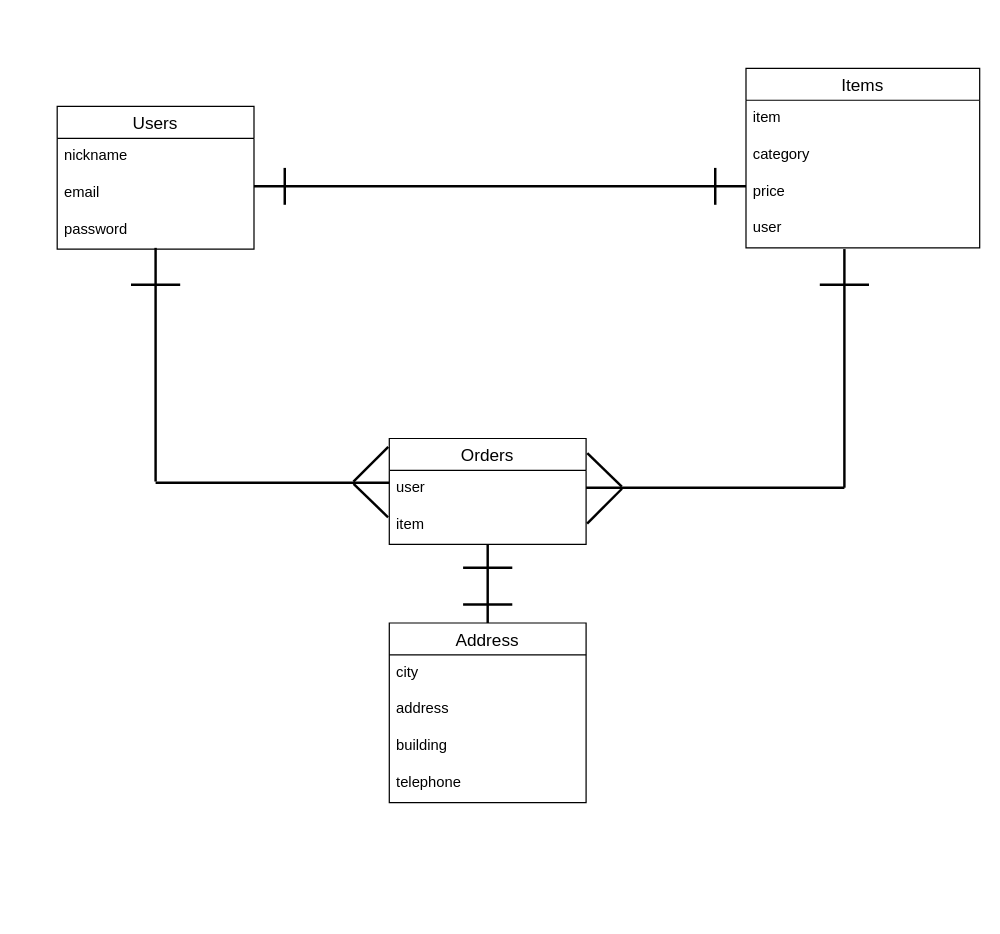
This is ER.dio from 103chan/furima-34809, a draw.io file, before an edit. Source tidied: cells renumbered, new cells numbered last; positions are measured from the earlier drawing's top-left corner, leaving out a move shared by most shapes. Both pictures are drawn from the tidied source at 123%, with x=0, y=0 at pixel (57, 68).
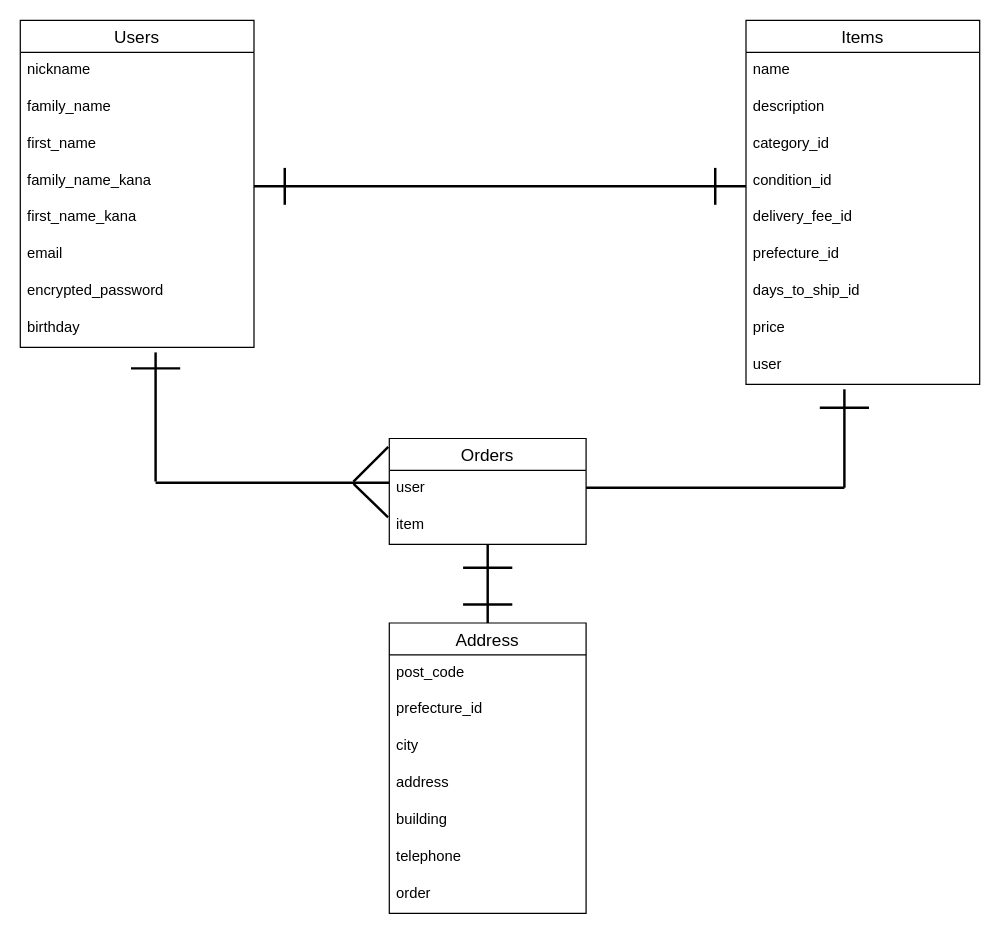
Above is the later version.

Commit message:
修正指示（ER図）

What changed in the source:
```diff
@@
     <mxCell id="2" value="Users" style="swimlane;fontStyle=0;horizontal=1;startSize=26;align=center;fontSize=14;" parent="1" vertex="1">
-      <mxGeometry y="31" width="160" height="116" as="geometry" />
+      <mxGeometry x="-30" y="-39" width="190" height="266" as="geometry" />
     </mxCell>
     <mxCell id="3" value="nickname" style="text;strokeColor=none;fillColor=none;spacingLeft=4;spacingRight=4;overflow=hidden;fontSize=12;" parent="2" vertex="1">
-      <mxGeometry y="26" width="160" height="30" as="geometry" />
+      <mxGeometry y="26" width="190" height="30" as="geometry" />
     </mxCell>
-    <mxCell id="4" value="email" style="text;strokeColor=none;fillColor=none;spacingLeft=4;spacingRight=4;overflow=hidden;fontSize=12;" parent="2" vertex="1">
-      <mxGeometry y="56" width="160" height="30" as="geometry" />
+    <mxCell id="4" value="family_name" style="text;strokeColor=none;fillColor=none;spacingLeft=4;spacingRight=4;overflow=hidden;fontSize=12;" parent="2" vertex="1">
+      <mxGeometry y="56" width="190" height="30" as="geometry" />
     </mxCell>
-    <mxCell id="5" value="password" style="text;strokeColor=none;fillColor=none;spacingLeft=4;spacingRight=4;overflow=hidden;fontSize=12;" parent="2" vertex="1">
-      <mxGeometry y="86" width="160" height="30" as="geometry" />
+    <mxCell id="5" value="first_name" style="text;strokeColor=none;fillColor=none;spacingLeft=4;spacingRight=4;overflow=hidden;fontSize=12;" parent="2" vertex="1">
+      <mxGeometry y="86" width="190" height="30" as="geometry" />
     </mxCell>
+    <mxCell id="35" value="family_name_kana" style="text;strokeColor=none;fillColor=none;spacingLeft=4;spacingRight=4;overflow=hidden;fontSize=12;" parent="2" vertex="1">
+      <mxGeometry y="116" width="190" height="30" as="geometry" />
+    </mxCell>
+    <mxCell id="36" value="first_name_kana" style="text;strokeColor=none;fillColor=none;spacingLeft=4;spacingRight=4;overflow=hidden;fontSize=12;" parent="2" vertex="1">
+      <mxGeometry y="146" width="190" height="30" as="geometry" />
+    </mxCell>
+    <mxCell id="37" value="email" style="text;strokeColor=none;fillColor=none;spacingLeft=4;spacingRight=4;overflow=hidden;fontSize=12;" parent="2" vertex="1">
+      <mxGeometry y="176" width="190" height="30" as="geometry" />
+    </mxCell>
+    <mxCell id="38" value="encrypted_password" style="text;strokeColor=none;fillColor=none;spacingLeft=4;spacingRight=4;overflow=hidden;fontSize=12;" parent="2" vertex="1">
+      <mxGeometry y="206" width="190" height="30" as="geometry" />
+    </mxCell>
+    <mxCell id="39" value="birthday" style="text;strokeColor=none;fillColor=none;spacingLeft=4;spacingRight=4;overflow=hidden;fontSize=12;" parent="2" vertex="1">
+      <mxGeometry y="236" width="190" height="30" as="geometry" />
+    </mxCell>
@@
     <mxCell id="9" value="Address" style="swimlane;fontStyle=0;horizontal=1;startSize=26;align=center;fontSize=14;" parent="1" vertex="1">
-      <mxGeometry x="270" y="451" width="160" height="146" as="geometry" />
+      <mxGeometry x="270" y="451" width="160" height="236" as="geometry" />
     </mxCell>
-    <mxCell id="10" value="city" style="text;strokeColor=none;fillColor=none;spacingLeft=4;spacingRight=4;overflow=hidden;fontSize=12;" parent="9" vertex="1">
+    <mxCell id="10" value="post_code" style="text;strokeColor=none;fillColor=none;spacingLeft=4;spacingRight=4;overflow=hidden;fontSize=12;" parent="9" vertex="1">
       <mxGeometry y="26" width="160" height="30" as="geometry" />
     </mxCell>
-    <mxCell id="11" value="address" style="text;strokeColor=none;fillColor=none;spacingLeft=4;spacingRight=4;overflow=hidden;fontSize=12;" parent="9" vertex="1">
+    <mxCell id="11" value="prefecture_id" style="text;strokeColor=none;fillColor=none;spacingLeft=4;spacingRight=4;overflow=hidden;fontSize=12;" parent="9" vertex="1">
       <mxGeometry y="56" width="160" height="30" as="geometry" />
     </mxCell>
-    <mxCell id="12" value="building&#10;" style="text;strokeColor=none;fillColor=none;spacingLeft=4;spacingRight=4;overflow=hidden;fontSize=12;" parent="9" vertex="1">
+    <mxCell id="12" value="city" style="text;strokeColor=none;fillColor=none;spacingLeft=4;spacingRight=4;overflow=hidden;fontSize=12;" parent="9" vertex="1">
       <mxGeometry y="86" width="160" height="30" as="geometry" />
     </mxCell>
-    <mxCell id="13" value="telephone" style="text;strokeColor=none;fillColor=none;spacingLeft=4;spacingRight=4;overflow=hidden;fontSize=12;" parent="9" vertex="1">
+    <mxCell id="13" value="address" style="text;strokeColor=none;fillColor=none;spacingLeft=4;spacingRight=4;overflow=hidden;fontSize=12;" parent="9" vertex="1">
       <mxGeometry y="116" width="160" height="30" as="geometry" />
     </mxCell>
+    <mxCell id="40" value="building" style="text;strokeColor=none;fillColor=none;spacingLeft=4;spacingRight=4;overflow=hidden;fontSize=12;" parent="9" vertex="1">
+      <mxGeometry y="146" width="160" height="30" as="geometry" />
+    </mxCell>
+    <mxCell id="41" value="telephone" style="text;strokeColor=none;fillColor=none;spacingLeft=4;spacingRight=4;overflow=hidden;fontSize=12;" parent="9" vertex="1">
+      <mxGeometry y="176" width="160" height="30" as="geometry" />
+    </mxCell>
+    <mxCell id="42" value="order" style="text;strokeColor=none;fillColor=none;spacingLeft=4;spacingRight=4;overflow=hidden;fontSize=12;" parent="9" vertex="1">
+      <mxGeometry y="206" width="160" height="30" as="geometry" />
+    </mxCell>
@@
     <mxCell id="15" style="line;strokeWidth=2;direction=south;html=1;align=left;" parent="1" vertex="1">
-      <mxGeometry x="75" y="146" width="10" height="190" as="geometry" />
+      <mxGeometry x="75" y="231" width="10" height="105" as="geometry" />
     </mxCell>
@@
     <mxCell id="17" style="line;strokeWidth=2;direction=south;html=1;align=left;" parent="1" vertex="1">
-      <mxGeometry x="635" y="147" width="10" height="194" as="geometry" />
+      <mxGeometry x="635" y="261" width="10" height="80" as="geometry" />
     </mxCell>
@@
     <mxCell id="22" style="line;strokeWidth=2;html=1;align=left;" parent="1" vertex="1">
-      <mxGeometry x="60" y="171" width="40" height="10" as="geometry" />
+      <mxGeometry x="60" y="239" width="40" height="10" as="geometry" />
     </mxCell>
     <mxCell id="23" style="line;strokeWidth=2;html=1;align=left;" parent="1" vertex="1">
-      <mxGeometry x="620" y="171" width="40" height="10" as="geometry" />
+      <mxGeometry x="620" y="271" width="40" height="10" as="geometry" />
     </mxCell>
@@
-    <mxCell id="26" style="line;strokeWidth=2;direction=south;html=1;align=left;rotation=45;" parent="1" vertex="1">
-      <mxGeometry x="440" y="336" width="10" height="40" as="geometry" />
-    </mxCell>
@@
-    <mxCell id="29" style="line;strokeWidth=2;direction=south;html=1;align=left;rotation=134;" parent="1" vertex="1">
-      <mxGeometry x="440" y="307" width="10" height="39" as="geometry" />
-    </mxCell>
     <mxCell id="30" value="Items" style="swimlane;fontStyle=0;horizontal=1;startSize=26;align=center;fontSize=14;" parent="1" vertex="1">
-      <mxGeometry x="560" width="190" height="146" as="geometry" />
+      <mxGeometry x="560" y="-39" width="190" height="296" as="geometry" />
     </mxCell>
-    <mxCell id="31" value="item" style="text;strokeColor=none;fillColor=none;spacingLeft=4;spacingRight=4;overflow=hidden;fontSize=12;" parent="30" vertex="1">
+    <mxCell id="31" value="name" style="text;strokeColor=none;fillColor=none;spacingLeft=4;spacingRight=4;overflow=hidden;fontSize=12;" parent="30" vertex="1">
       <mxGeometry y="26" width="190" height="30" as="geometry" />
     </mxCell>
-    <mxCell id="32" value="category" style="text;strokeColor=none;fillColor=none;spacingLeft=4;spacingRight=4;overflow=hidden;fontSize=12;" parent="30" vertex="1">
+    <mxCell id="32" value="description" style="text;strokeColor=none;fillColor=none;spacingLeft=4;spacingRight=4;overflow=hidden;fontSize=12;" parent="30" vertex="1">
       <mxGeometry y="56" width="190" height="30" as="geometry" />
     </mxCell>
-    <mxCell id="33" value="price" style="text;strokeColor=none;fillColor=none;spacingLeft=4;spacingRight=4;overflow=hidden;fontSize=12;" parent="30" vertex="1">
+    <mxCell id="33" value="category_id" style="text;strokeColor=none;fillColor=none;spacingLeft=4;spacingRight=4;overflow=hidden;fontSize=12;" parent="30" vertex="1">
       <mxGeometry y="86" width="190" height="30" as="geometry" />
     </mxCell>
-    <mxCell id="34" value="user" style="text;strokeColor=none;fillColor=none;spacingLeft=4;spacingRight=4;overflow=hidden;fontSize=12;" parent="30" vertex="1">
+    <mxCell id="34" value="condition_id" style="text;strokeColor=none;fillColor=none;spacingLeft=4;spacingRight=4;overflow=hidden;fontSize=12;" parent="30" vertex="1">
       <mxGeometry y="116" width="190" height="30" as="geometry" />
     </mxCell>
+    <mxCell id="43" value="delivery_fee_id" style="text;strokeColor=none;fillColor=none;spacingLeft=4;spacingRight=4;overflow=hidden;fontSize=12;" parent="30" vertex="1">
+      <mxGeometry y="146" width="190" height="30" as="geometry" />
+    </mxCell>
+    <mxCell id="44" value="prefecture_id" style="text;strokeColor=none;fillColor=none;spacingLeft=4;spacingRight=4;overflow=hidden;fontSize=12;" parent="30" vertex="1">
+      <mxGeometry y="176" width="190" height="30" as="geometry" />
+    </mxCell>
+    <mxCell id="45" value="days_to_ship_id" style="text;strokeColor=none;fillColor=none;spacingLeft=4;spacingRight=4;overflow=hidden;fontSize=12;" parent="30" vertex="1">
+      <mxGeometry y="206" width="190" height="30" as="geometry" />
+    </mxCell>
+    <mxCell id="46" value="price" style="text;strokeColor=none;fillColor=none;spacingLeft=4;spacingRight=4;overflow=hidden;fontSize=12;" parent="30" vertex="1">
+      <mxGeometry y="236" width="190" height="30" as="geometry" />
+    </mxCell>
+    <mxCell id="47" value="user" style="text;strokeColor=none;fillColor=none;spacingLeft=4;spacingRight=4;overflow=hidden;fontSize=12;" parent="30" vertex="1">
+      <mxGeometry y="266" width="190" height="30" as="geometry" />
+    </mxCell>
```
